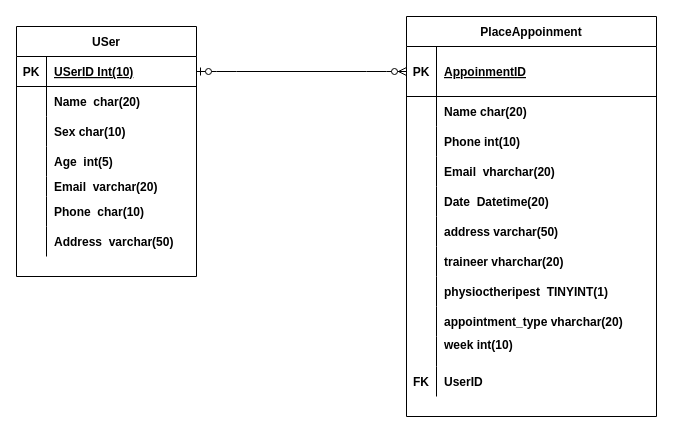
Earlier version of the draw.io diagram page "Page-2" (2 of 2) of Untitled Diagram.drawio (PradeepHore123/Java-Practise). Source tidied: cells renumbered, new cells numbered last; positions are measured from the earlier drawing's top-left corner, leaving out a move shared by most shapes. Both pictures are drawn from the tidied source at 100%, with x=0, y=0 at pixel (16, 16).
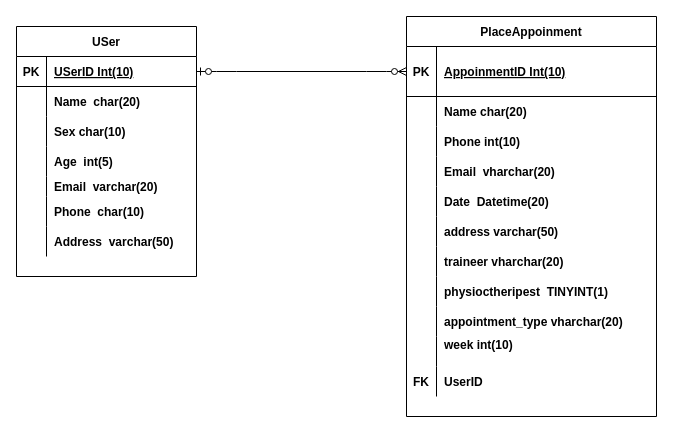
The same page after the edit.

Unchanged cells that the change refers to:
```xml
<mxCell id="25" style="shape=partialRectangle;fillColor=none;top=0;left=0;bottom=1;right=0;points=[[0,0.5],[1,0.5]];portConstraint=eastwest;" parent="24" vertex="1">
  <mxGeometry y="30" width="250" height="50" as="geometry" />
</mxCell>
```

What changed in the source:
```diff
@@
-    <mxCell id="27" value="AppoinmentID" style="shape=partialRectangle;fillColor=none;top=0;left=0;bottom=0;right=0;align=left;spacingLeft=6;fontStyle=5;overflow=hidden;" parent="25" vertex="1">
+    <mxCell id="27" value="AppoinmentID Int(10)" style="shape=partialRectangle;fillColor=none;top=0;left=0;bottom=0;right=0;align=left;spacingLeft=6;fontStyle=5;overflow=hidden;" parent="25" vertex="1">
       <mxGeometry x="30" width="220" height="50" as="geometry" />
     </mxCell>
```
